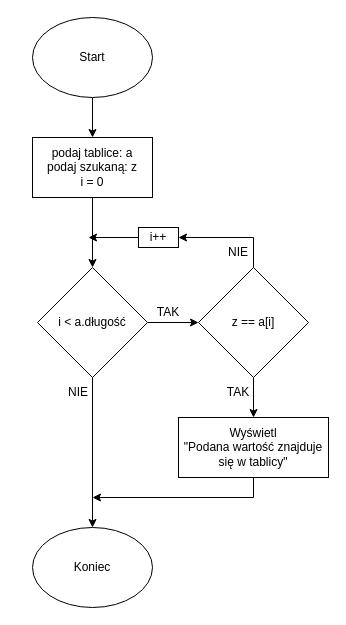
Before: szukanie-zadanego-elementu-tablicy.drawio in Pazzurro/algorytmy, a draw.io diagram. Source tidied: cells renumbered, new cells numbered last; positions are measured from the earlier drawing's top-left corner, leaving out a move shared by most shapes. Both pictures are drawn from the tidied source at 100%, with x=0, y=0 at pixel (32, 17).
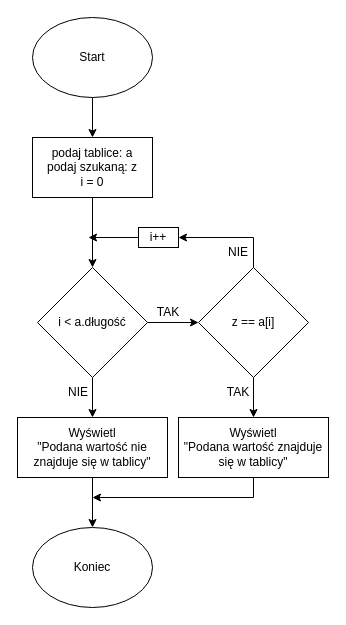
The same page after the edit.

The change refers to these unchanged cells:
```xml
<mxCell id="7" value="i &amp;lt; a.długość" style="rhombus;whiteSpace=wrap;html=1;" parent="1" vertex="1">
  <mxGeometry x="5" y="250" width="110" height="110" as="geometry" />
</mxCell>
<mxCell id="12" value="Koniec" style="ellipse;whiteSpace=wrap;html=1;" parent="1" vertex="1">
  <mxGeometry y="510" width="120" height="80" as="geometry" />
</mxCell>
```

Change to the diagram source:
```diff
@@
-    <mxCell id="13" style="endArrow=classic;html=1;rounded=0;exitX=0.5;exitY=1;exitDx=0;exitDy=0;entryX=0.5;entryY=0;entryDx=0;entryDy=0;" parent="1" edge="1" source="7" target="12">
+    <mxCell id="13" style="endArrow=classic;html=1;rounded=0;exitX=0.5;exitY=1;exitDx=0;exitDy=0;entryX=0.5;entryY=0;entryDx=0;entryDy=0;" parent="1" edge="1" source="7" target="22">
       <mxGeometry relative="1" as="geometry" />
     </mxCell>
@@
+    <mxCell id="21" style="edgeStyle=orthogonalEdgeStyle;rounded=0;jettySize=auto;html=1;" parent="1" edge="1" source="22" target="12">
+      <mxGeometry relative="1" as="geometry" />
+    </mxCell>
+    <mxCell id="22" value="Wyświetl&lt;br&gt;&quot;Podana wartość nie znajduje się w tablicy&quot;" style="rounded=0;whiteSpace=wrap;html=1;" parent="1" vertex="1">
+      <mxGeometry x="-15" y="400" width="150" height="60" as="geometry" />
+    </mxCell>
```
